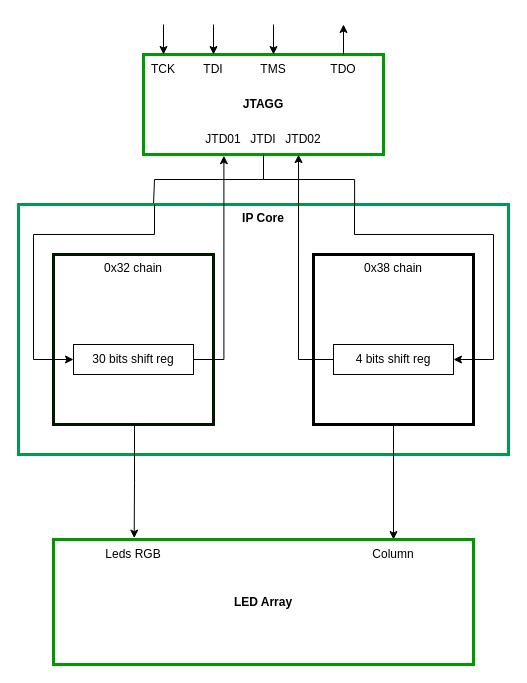
Earlier version of the draw.io diagram notes/diagrams/IPCORE_Design.drawio (nosloc/JATG_support_for_Gecko5Education). Source tidied: cells renumbered, new cells numbered last; positions are measured from the earlier drawing's top-left corner, leaving out a move shared by most shapes. Both pictures are drawn from the tidied source at 100%, with x=0, y=0 at pixel (18, 24).
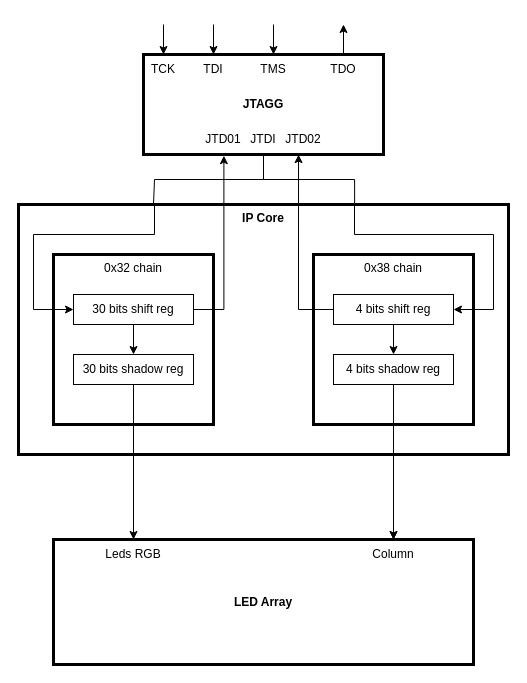
Above is the later version.

Change to the diagram source:
```diff
@@
-    <mxCell id="2" style="edgeStyle=orthogonalEdgeStyle;rounded=0;jettySize=auto;html=1;exitX=0.5;exitY=1;exitDx=0;exitDy=0;endArrow=none;startFill=0;" parent="1" edge="1" source="3">
+    <mxCell id="2" style="edgeStyle=orthogonalEdgeStyle;rounded=0;jettySize=auto;html=1;exitX=0.5;exitY=1;exitDx=0;exitDy=0;endArrow=none;startFill=0;labelBackgroundColor=none;fontColor=default;" parent="1" edge="1" source="3">
       <mxGeometry relative="1" as="geometry">
         <mxPoint x="135" y="180" as="targetPoint" />
         <Array as="points">
           <mxPoint x="245" y="155" />
           <mxPoint x="136" y="155" />
           <mxPoint x="136" y="180" />
         </Array>
       </mxGeometry>
     </mxCell>
-    <mxCell id="3" value="&lt;b&gt;JTAGG&lt;/b&gt;" style="rounded=0;whiteSpace=wrap;html=1;strokeWidth=3;strokeColor=#009900;" parent="1" vertex="1">
+    <mxCell id="3" value="&lt;b&gt;JTAGG&lt;/b&gt;" style="rounded=0;whiteSpace=wrap;html=1;strokeWidth=3;labelBackgroundColor=none;" parent="1" vertex="1">
       <mxGeometry x="125" y="30" width="240" height="100" as="geometry" />
     </mxCell>
-    <mxCell id="4" value="&lt;b&gt;IP Core&lt;/b&gt;" style="rounded=0;whiteSpace=wrap;html=1;verticalAlign=top;strokeWidth=3;strokeColor=#00994D;" parent="1" vertex="1">
+    <mxCell id="4" value="&lt;b&gt;IP Core&lt;/b&gt;" style="rounded=0;whiteSpace=wrap;html=1;verticalAlign=top;strokeWidth=3;labelBackgroundColor=none;" parent="1" vertex="1">
       <mxGeometry y="180" width="490" height="250" as="geometry" />
     </mxCell>
-    <mxCell id="5" style="endArrow=none;html=1;rounded=0;endFill=1;startArrow=classic;startFill=1;" parent="1" edge="1">
+    <mxCell id="5" style="endArrow=none;html=1;rounded=0;endFill=1;startArrow=classic;startFill=1;labelBackgroundColor=none;fontColor=default;" parent="1" edge="1">
       <mxGeometry relative="1" as="geometry">
         <mxPoint x="145" y="30" as="sourcePoint" />
         <mxPoint x="145" as="targetPoint" />
       </mxGeometry>
     </mxCell>
-    <mxCell id="6" style="endArrow=none;html=1;rounded=0;startArrow=classic;startFill=1;" parent="1" edge="1">
+    <mxCell id="6" style="endArrow=none;html=1;rounded=0;startArrow=classic;startFill=1;labelBackgroundColor=none;fontColor=default;" parent="1" edge="1">
       <mxGeometry relative="1" as="geometry">
         <mxPoint x="195" y="30" as="sourcePoint" />
         <mxPoint x="195" as="targetPoint" />
       </mxGeometry>
     </mxCell>
-    <mxCell id="7" style="endArrow=none;html=1;rounded=0;startArrow=classic;startFill=1;" parent="1" edge="1">
+    <mxCell id="7" style="endArrow=none;html=1;rounded=0;startArrow=classic;startFill=1;labelBackgroundColor=none;fontColor=default;" parent="1" edge="1">
       <mxGeometry relative="1" as="geometry">
         <mxPoint x="255" y="30" as="sourcePoint" />
         <mxPoint x="255" as="targetPoint" />
       </mxGeometry>
     </mxCell>
-    <mxCell id="8" style="endArrow=classic;html=1;rounded=0;endFill=1;" parent="1" edge="1">
+    <mxCell id="8" style="endArrow=classic;html=1;rounded=0;endFill=1;labelBackgroundColor=none;fontColor=default;" parent="1" edge="1">
       <mxGeometry relative="1" as="geometry">
         <mxPoint x="325" y="30" as="sourcePoint" />
         <mxPoint x="325" as="targetPoint" />
       </mxGeometry>
     </mxCell>
-    <mxCell id="9" value="TCK" style="text;html=1;align=center;verticalAlign=middle;whiteSpace=wrap;rounded=0;" parent="1" vertex="1">
+    <mxCell id="9" value="TCK" style="text;html=1;align=center;verticalAlign=middle;whiteSpace=wrap;rounded=0;labelBackgroundColor=none;" parent="1" vertex="1">
       <mxGeometry x="115" y="30" width="60" height="30" as="geometry" />
     </mxCell>
-    <mxCell id="10" value="TDI" style="text;html=1;align=center;verticalAlign=middle;whiteSpace=wrap;rounded=0;" parent="1" vertex="1">
+    <mxCell id="10" value="TDI" style="text;html=1;align=center;verticalAlign=middle;whiteSpace=wrap;rounded=0;labelBackgroundColor=none;" parent="1" vertex="1">
       <mxGeometry x="165" y="30" width="60" height="30" as="geometry" />
     </mxCell>
-    <mxCell id="11" value="TMS" style="text;html=1;align=center;verticalAlign=middle;whiteSpace=wrap;rounded=0;" parent="1" vertex="1">
+    <mxCell id="11" value="TMS" style="text;html=1;align=center;verticalAlign=middle;whiteSpace=wrap;rounded=0;labelBackgroundColor=none;" parent="1" vertex="1">
       <mxGeometry x="225" y="30" width="60" height="30" as="geometry" />
     </mxCell>
-    <mxCell id="12" value="TDO" style="text;html=1;align=center;verticalAlign=middle;whiteSpace=wrap;rounded=0;" parent="1" vertex="1">
+    <mxCell id="12" value="TDO" style="text;html=1;align=center;verticalAlign=middle;whiteSpace=wrap;rounded=0;labelBackgroundColor=none;" parent="1" vertex="1">
       <mxGeometry x="295" y="30" width="60" height="30" as="geometry" />
     </mxCell>
-    <mxCell id="13" value="0x32 chain" style="rounded=0;whiteSpace=wrap;html=1;verticalAlign=top;strokeWidth=3;fillColor=none;fontColor=#000000;strokeColor=#001800;" parent="1" vertex="1">
+    <mxCell id="13" value="0x32 chain" style="rounded=0;whiteSpace=wrap;html=1;verticalAlign=top;strokeWidth=3;fillColor=none;labelBackgroundColor=none;" parent="1" vertex="1">
       <mxGeometry x="35" y="230" width="160" height="170" as="geometry" />
     </mxCell>
-    <mxCell id="14" style="edgeStyle=orthogonalEdgeStyle;rounded=0;jettySize=auto;html=1;exitX=0.5;exitY=1;exitDx=0;exitDy=0;entryX=0.5;entryY=0;entryDx=0;entryDy=0;" parent="1" edge="1" source="15" target="26">
+    <mxCell id="14" style="edgeStyle=orthogonalEdgeStyle;rounded=0;jettySize=auto;html=1;exitX=0.5;exitY=1;exitDx=0;exitDy=0;entryX=0.5;entryY=0;entryDx=0;entryDy=0;labelBackgroundColor=none;fontColor=default;" parent="1" edge="1" source="15" target="26">
       <mxGeometry relative="1" as="geometry" />
     </mxCell>
-    <mxCell id="15" value="0x38 chain" style="rounded=0;whiteSpace=wrap;html=1;verticalAlign=top;strokeWidth=3;fillColor=none;fontColor=light-dark(#000000,#FFD7ED);strokeColor=#000000;" parent="1" vertex="1">
+    <mxCell id="15" value="0x38 chain" style="rounded=0;whiteSpace=wrap;html=1;verticalAlign=top;strokeWidth=3;fillColor=none;labelBackgroundColor=none;" parent="1" vertex="1">
       <mxGeometry x="295" y="230" width="160" height="170" as="geometry" />
     </mxCell>
-    <mxCell id="16" style="edgeStyle=orthogonalEdgeStyle;rounded=0;jettySize=auto;html=1;exitX=1;exitY=0.5;exitDx=0;exitDy=0;entryX=0.335;entryY=1.012;entryDx=0;entryDy=0;entryPerimeter=0;" parent="1" edge="1" source="17" target="3">
+    <mxCell id="16" style="edgeStyle=orthogonalEdgeStyle;rounded=0;jettySize=auto;html=1;exitX=1;exitY=0.5;exitDx=0;exitDy=0;entryX=0.335;entryY=1.012;entryDx=0;entryDy=0;entryPerimeter=0;labelBackgroundColor=none;fontColor=default;" parent="1" edge="1" source="17" target="3">
       <mxGeometry relative="1" as="geometry">
         <Array as="points">
-          <mxPoint x="205" y="335" />
+          <mxPoint x="205" y="285" />
           <mxPoint x="205" y="131" />
         </Array>
       </mxGeometry>
     </mxCell>
+    <mxCell id="30" style="edgeStyle=orthogonalEdgeStyle;rounded=0;jettySize=auto;html=1;entryX=0.5;entryY=0;entryDx=0;entryDy=0;" parent="1" edge="1" source="17" target="33">
+      <mxGeometry relative="1" as="geometry" />
+    </mxCell>
-    <mxCell id="17" value="30 bits shift reg" style="rounded=0;whiteSpace=wrap;html=1;" parent="1" vertex="1">
-      <mxGeometry x="55" y="320" width="120" height="30" as="geometry" />
+    <mxCell id="17" value="30 bits shift reg" style="rounded=0;whiteSpace=wrap;html=1;labelBackgroundColor=none;" parent="1" vertex="1">
+      <mxGeometry x="55" y="270" width="120" height="30" as="geometry" />
     </mxCell>
+    <mxCell id="31" style="edgeStyle=orthogonalEdgeStyle;rounded=0;jettySize=auto;html=1;entryX=0.5;entryY=0;entryDx=0;entryDy=0;" parent="1" edge="1" source="18" target="35">
+      <mxGeometry relative="1" as="geometry" />
+    </mxCell>
-    <mxCell id="18" value="4 bits shift reg" style="rounded=0;whiteSpace=wrap;html=1;" parent="1" vertex="1">
-      <mxGeometry x="315" y="320" width="120" height="30" as="geometry" />
+    <mxCell id="18" value="4 bits shift reg" style="rounded=0;whiteSpace=wrap;html=1;labelBackgroundColor=none;" parent="1" vertex="1">
+      <mxGeometry x="315" y="270" width="120" height="30" as="geometry" />
     </mxCell>
-    <mxCell id="19" style="edgeStyle=orthogonalEdgeStyle;rounded=0;jettySize=auto;html=1;exitX=0;exitY=0.5;exitDx=0;exitDy=0;startArrow=classic;startFill=1;endArrow=none;" parent="1" edge="1" source="17">
+    <mxCell id="19" style="edgeStyle=orthogonalEdgeStyle;rounded=0;jettySize=auto;html=1;exitX=0;exitY=0.5;exitDx=0;exitDy=0;startArrow=classic;startFill=1;endArrow=none;labelBackgroundColor=none;fontColor=default;" parent="1" edge="1" source="17">
       <mxGeometry relative="1" as="geometry">
         <mxPoint x="136" y="180" as="targetPoint" />
         <Array as="points">
-          <mxPoint x="15" y="335" />
+          <mxPoint x="15" y="285" />
           <mxPoint x="15" y="210" />
           <mxPoint x="136" y="210" />
         </Array>
       </mxGeometry>
     </mxCell>
-    <mxCell id="20" style="edgeStyle=orthogonalEdgeStyle;rounded=0;jettySize=auto;html=1;exitX=1;exitY=0.5;exitDx=0;exitDy=0;startArrow=classic;startFill=1;endArrow=none;" parent="1" edge="1" source="18">
+    <mxCell id="20" style="edgeStyle=orthogonalEdgeStyle;rounded=0;jettySize=auto;html=1;exitX=1;exitY=0.5;exitDx=0;exitDy=0;startArrow=classic;startFill=1;endArrow=none;labelBackgroundColor=none;fontColor=default;" parent="1" edge="1" source="18">
       <mxGeometry relative="1" as="geometry">
         <mxPoint x="336" y="180" as="targetPoint" />
         <Array as="points">
-          <mxPoint x="475" y="335" />
+          <mxPoint x="475" y="285" />
           <mxPoint x="475" y="210" />
           <mxPoint x="336" y="210" />
         </Array>
       </mxGeometry>
     </mxCell>
-    <mxCell id="21" style="edgeStyle=orthogonalEdgeStyle;rounded=0;jettySize=auto;html=1;exitX=0.5;exitY=1;exitDx=0;exitDy=0;entryX=0.686;entryY=0.002;entryDx=0;entryDy=0;entryPerimeter=0;endArrow=none;startFill=0;" parent="1" edge="1" source="3" target="4">
+    <mxCell id="21" style="edgeStyle=orthogonalEdgeStyle;rounded=0;jettySize=auto;html=1;exitX=0.5;exitY=1;exitDx=0;exitDy=0;entryX=0.686;entryY=0.002;entryDx=0;entryDy=0;entryPerimeter=0;endArrow=none;startFill=0;labelBackgroundColor=none;fontColor=default;" parent="1" edge="1" source="3" target="4">
       <mxGeometry relative="1" as="geometry" />
     </mxCell>
-    <mxCell id="22" style="edgeStyle=orthogonalEdgeStyle;rounded=0;jettySize=auto;html=1;exitX=0;exitY=0.5;exitDx=0;exitDy=0;entryX=0.646;entryY=1.001;entryDx=0;entryDy=0;entryPerimeter=0;" parent="1" edge="1" source="18" target="3">
+    <mxCell id="22" style="edgeStyle=orthogonalEdgeStyle;rounded=0;jettySize=auto;html=1;exitX=0;exitY=0.5;exitDx=0;exitDy=0;entryX=0.646;entryY=1.001;entryDx=0;entryDy=0;entryPerimeter=0;labelBackgroundColor=none;fontColor=default;" parent="1" edge="1" source="18" target="3">
       <mxGeometry relative="1" as="geometry" />
     </mxCell>
-    <mxCell id="23" value="&lt;b&gt;LED Array&lt;/b&gt;" style="rounded=0;whiteSpace=wrap;html=1;strokeWidth=3;strokeColor=#009900;" parent="1" vertex="1">
+    <mxCell id="23" value="&lt;b&gt;LED Array&lt;/b&gt;" style="rounded=0;whiteSpace=wrap;html=1;strokeWidth=3;labelBackgroundColor=none;" parent="1" vertex="1">
       <mxGeometry x="35" y="515" width="420" height="125" as="geometry" />
     </mxCell>
-    <mxCell id="24" style="edgeStyle=orthogonalEdgeStyle;rounded=0;orthogonalLoop=1;jettySize=auto;html=1;exitX=0.5;exitY=1;exitDx=0;exitDy=0;entryX=0.194;entryY=-0.011;entryDx=0;entryDy=0;entryPerimeter=0;" parent="1" edge="1">
-      <mxGeometry relative="1" as="geometry">
-        <mxPoint x="114.2" y="400" as="sourcePoint" />
-        <mxPoint x="115.7" y="513.6" as="targetPoint" />
-        <Array as="points">
-          <mxPoint x="116" y="400" />
-          <mxPoint x="116" y="458" />
-        </Array>
-      </mxGeometry>
-    </mxCell>
-    <mxCell id="25" value="Leds RGB" style="text;html=1;align=center;verticalAlign=middle;whiteSpace=wrap;rounded=0;" parent="1" vertex="1">
+    <mxCell id="25" value="Leds RGB" style="text;html=1;align=center;verticalAlign=middle;whiteSpace=wrap;rounded=0;labelBackgroundColor=none;" parent="1" vertex="1">
       <mxGeometry x="85" y="515" width="60" height="30" as="geometry" />
     </mxCell>
-    <mxCell id="26" value="Column" style="text;html=1;align=center;verticalAlign=middle;whiteSpace=wrap;rounded=0;" parent="1" vertex="1">
+    <mxCell id="26" value="Column" style="text;html=1;align=center;verticalAlign=middle;whiteSpace=wrap;rounded=0;labelBackgroundColor=none;" parent="1" vertex="1">
       <mxGeometry x="345" y="515" width="60" height="30" as="geometry" />
     </mxCell>
-    <mxCell id="27" value="JTDI" style="text;html=1;align=center;verticalAlign=middle;whiteSpace=wrap;rounded=0;" parent="1" vertex="1">
+    <mxCell id="27" value="JTDI" style="text;html=1;align=center;verticalAlign=middle;whiteSpace=wrap;rounded=0;labelBackgroundColor=none;" parent="1" vertex="1">
       <mxGeometry x="215" y="100" width="60" height="30" as="geometry" />
     </mxCell>
-    <mxCell id="28" value="JTD02" style="text;html=1;align=center;verticalAlign=middle;whiteSpace=wrap;rounded=0;" parent="1" vertex="1">
+    <mxCell id="28" value="JTD02" style="text;html=1;align=center;verticalAlign=middle;whiteSpace=wrap;rounded=0;labelBackgroundColor=none;" parent="1" vertex="1">
       <mxGeometry x="255" y="100" width="60" height="30" as="geometry" />
     </mxCell>
-    <mxCell id="29" value="JTD01" style="text;html=1;align=center;verticalAlign=middle;whiteSpace=wrap;rounded=0;" parent="1" vertex="1">
+    <mxCell id="29" value="JTD01" style="text;html=1;align=center;verticalAlign=middle;whiteSpace=wrap;rounded=0;labelBackgroundColor=none;" parent="1" vertex="1">
       <mxGeometry x="175" y="100" width="60" height="30" as="geometry" />
     </mxCell>
+    <mxCell id="32" style="edgeStyle=orthogonalEdgeStyle;rounded=0;jettySize=auto;html=1;entryX=0.5;entryY=0;entryDx=0;entryDy=0;" parent="1" edge="1" source="33" target="25">
+      <mxGeometry relative="1" as="geometry" />
+    </mxCell>
+    <mxCell id="33" value="30 bits shadow reg" style="rounded=0;whiteSpace=wrap;html=1;labelBackgroundColor=none;" parent="1" vertex="1">
+      <mxGeometry x="55" y="330" width="120" height="30" as="geometry" />
+    </mxCell>
+    <mxCell id="34" style="edgeStyle=orthogonalEdgeStyle;rounded=0;jettySize=auto;html=1;entryX=0.5;entryY=0;entryDx=0;entryDy=0;" parent="1" edge="1" source="35" target="26">
+      <mxGeometry relative="1" as="geometry" />
+    </mxCell>
+    <mxCell id="35" value="4 bits shadow reg" style="rounded=0;whiteSpace=wrap;html=1;labelBackgroundColor=none;" parent="1" vertex="1">
+      <mxGeometry x="315" y="330" width="120" height="30" as="geometry" />
+    </mxCell>
```
